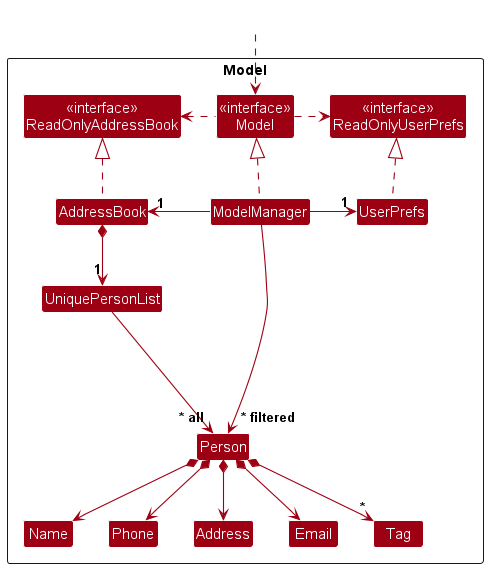
Before: docs/images/ModelClassDiagram.png, a diagram exported from PlantUML (nus-cs2103-AY2324S2/tp).
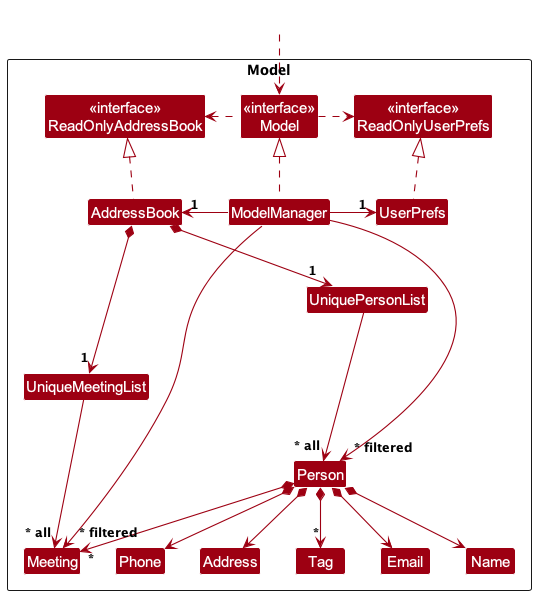
After the change.

The edit, as a diff of the source:
```diff
@@ -14,6 +14,8 @@
 
 Class UniquePersonList
 Class Person
+Class UniqueMeetingList
+Class Meeting
 Class Address
 Class Email
 Class Name
@@ -42,6 +44,10 @@
 Person *--> Email
 Person *--> Address
 Person *--> "*" Tag
+Person *--> "*" Meeting
+
+AddressBook *--> "1" UniqueMeetingList
+UniqueMeetingList --> "~* all" Meeting
 
 Person -[hidden]up--> I
 UniquePersonList -[hidden]right-> I
@@ -51,4 +57,5 @@
 Address -[hidden]right-> Email
 
 ModelManager --> "~* filtered" Person
+ModelManager --> "~* filtered" Meeting
 @enduml
```
